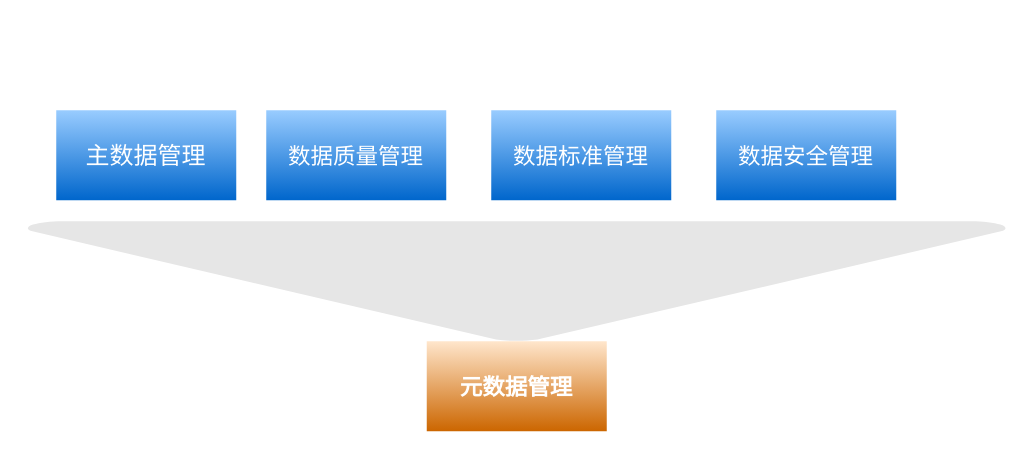
jingmian/design-repo keeps this draw.io diagram as 元数据管理支撑数据管理架构.drawio. Above is the earlier version. Source tidied: cells renumbered, new cells numbered last; positions are measured from the earlier drawing's top-left corner, leaving out a move shared by most shapes. Both pictures are drawn from the tidied source at 150%, with x=0, y=0 at pixel (26, 110).
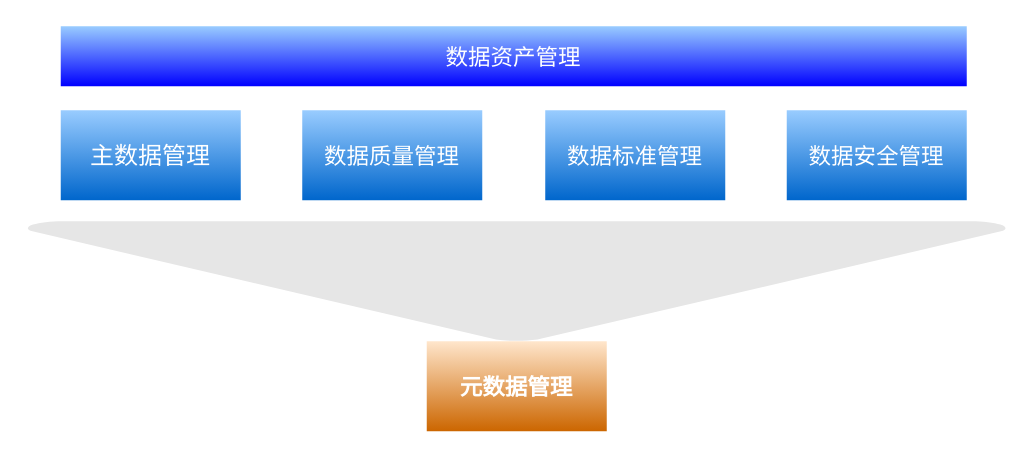
After the change.

Commit message (it also covers changes not shown here):
更新元数据管理支撑数据管理架构.drawio

Change to the diagram source:
```diff
@@
 <mxGraphModel>
   <root>
     <mxCell id="0" />
     <mxCell id="1" parent="0" />
     <mxCell id="2" value="&lt;font color=&quot;#ffffff&quot; style=&quot;font-size: 15px&quot;&gt;&lt;b&gt;元数据管理&lt;/b&gt;&lt;/font&gt;" style="rounded=0;whiteSpace=wrap;html=1;strokeColor=none;fillColor=#FFE6CC;gradientColor=#CC6600;" parent="1" vertex="1">
       <mxGeometry x="267" y="154" width="120" height="60" as="geometry" />
     </mxCell>
     <mxCell id="3" style="strokeWidth=2;html=1;shape=mxgraph.flowchart.merge_or_storage;whiteSpace=wrap;fillColor=#E6E6E6;strokeColor=none;" parent="1" vertex="1">
       <mxGeometry y="74" width="654" height="80" as="geometry" />
     </mxCell>
     <mxCell id="4" value="主数据管理" style="rounded=0;whiteSpace=wrap;html=1;fillColor=#99CCFF;gradientColor=#0066CC;strokeColor=none;fontColor=#FFFFFF;fontSize=16;" parent="1" vertex="1">
-      <mxGeometry x="20" width="120" height="60" as="geometry" />
+      <mxGeometry x="23" width="120" height="60" as="geometry" />
     </mxCell>
     <mxCell id="5" value="数据质量管理" style="rounded=0;whiteSpace=wrap;html=1;fillColor=#99CCFF;gradientColor=#0066CC;strokeColor=none;fontColor=#FFFFFF;fontSize=15;" parent="1" vertex="1">
-      <mxGeometry x="160" width="120" height="60" as="geometry" />
+      <mxGeometry x="184" width="120" height="60" as="geometry" />
     </mxCell>
     <mxCell id="6" value="数据标准管理" style="rounded=0;whiteSpace=wrap;html=1;fillColor=#99CCFF;gradientColor=#0066CC;strokeColor=none;fontColor=#FFFFFF;fontSize=15;" parent="1" vertex="1">
-      <mxGeometry x="310" width="120" height="60" as="geometry" />
+      <mxGeometry x="346" width="120" height="60" as="geometry" />
     </mxCell>
     <mxCell id="7" value="数据安全管理" style="rounded=0;whiteSpace=wrap;html=1;fillColor=#99CCFF;gradientColor=#0066CC;strokeColor=none;fontColor=#FFFFFF;fontSize=15;" parent="1" vertex="1">
-      <mxGeometry x="460" width="120" height="60" as="geometry" />
+      <mxGeometry x="507" width="120" height="60" as="geometry" />
     </mxCell>
+    <mxCell id="8" value="数据资产管理" style="rounded=0;whiteSpace=wrap;html=1;fillColor=#99CCFF;gradientColor=#0000FF;fontSize=15;fontColor=#FFFFFF;strokeColor=none;" parent="1" vertex="1">
+      <mxGeometry x="23" y="-56" width="604" height="40" as="geometry" />
+    </mxCell>
   </root>
 </mxGraphModel>
```
